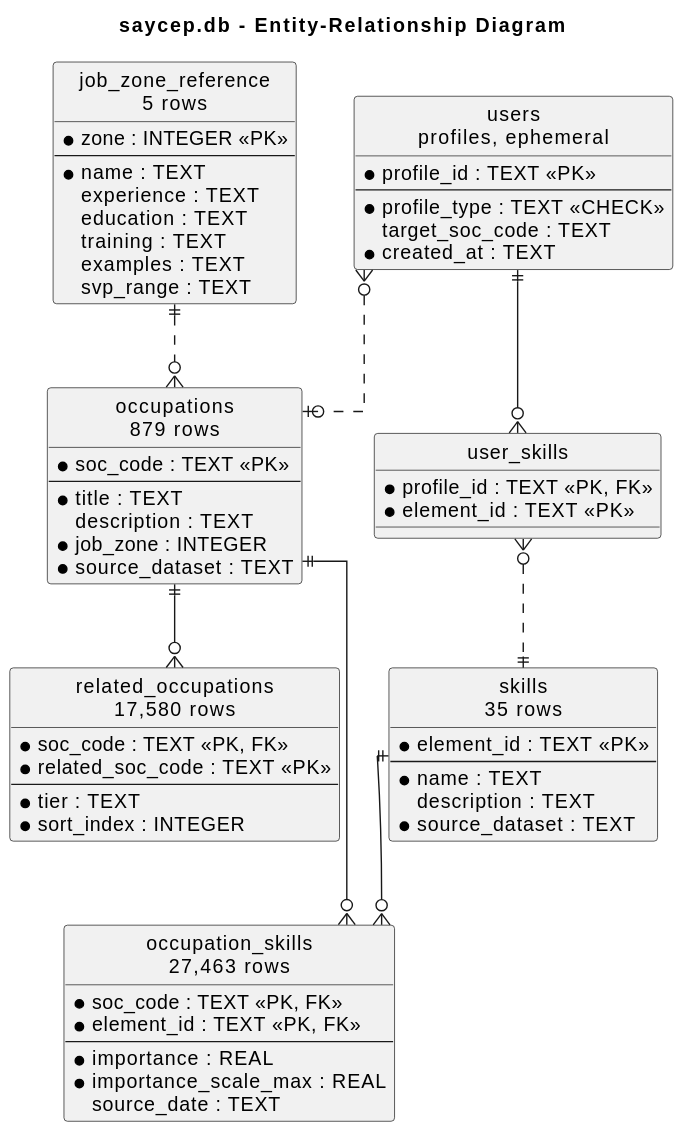
Above: docs/uml/a3/08-erd.svg in ShogunLSG/SAYCEP (PlantUML), before the change.
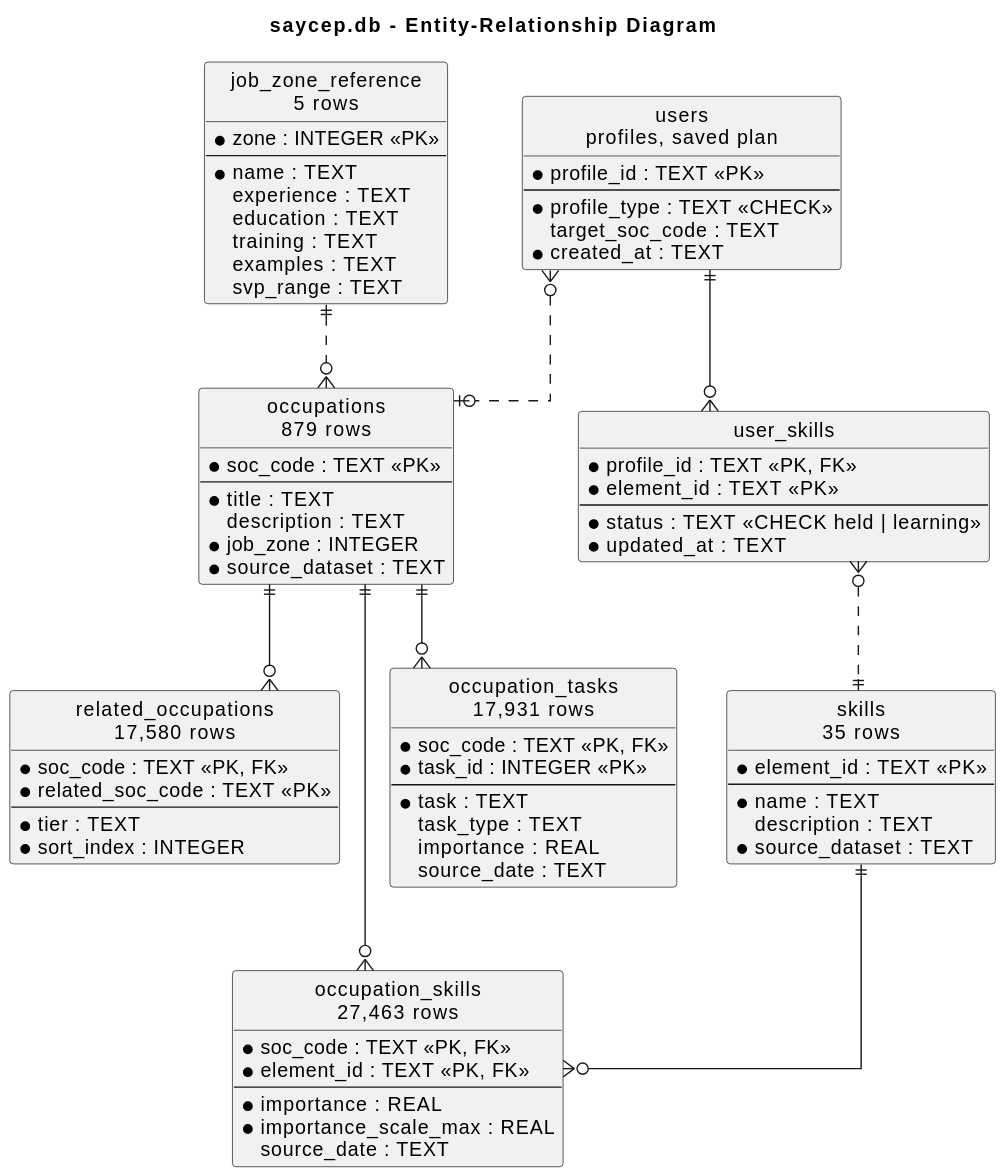
The same diagram one commit later.

The edit, as a diff of the source:
```diff
@@ -49,7 +49,17 @@
   svp_range : TEXT
 }
 
-entity "users\nprofiles, ephemeral" as u {
+entity "occupation_tasks\n17,931 rows" as ot {
+  * soc_code : TEXT <<PK, FK>>
+  * task_id : INTEGER <<PK>>
+  --
+  * task : TEXT
+  task_type : TEXT
+  importance : REAL
+  source_date : TEXT
+}
+
+entity "users\nprofiles, saved plan" as u {
   * profile_id : TEXT <<PK>>
   --
   * profile_type : TEXT <<CHECK>>
@@ -60,9 +70,13 @@
 entity "user_skills" as us {
   * profile_id : TEXT <<PK, FK>>
   * element_id : TEXT <<PK>>
+  --
+  * status : TEXT <<CHECK held | learning>>
+  * updated_at : TEXT
 }
 
 occ ||--o{ os
+occ ||--o{ ot
 sk ||--o{ os
 occ ||--o{ ro
 u ||--o{ us
```
